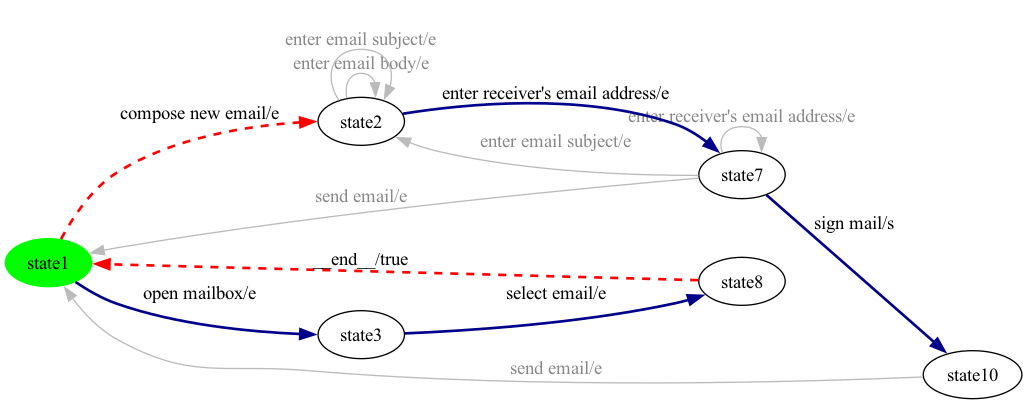
Earlier version of the Graphviz export milestone-reports/per-product-all-states/eMail/eMail-product1-walk.png (dilekozturk93/vibes). Its source is kept beside it as milestone-reports/per-product-all-states/eMail/eMail-product1-walk.dot.
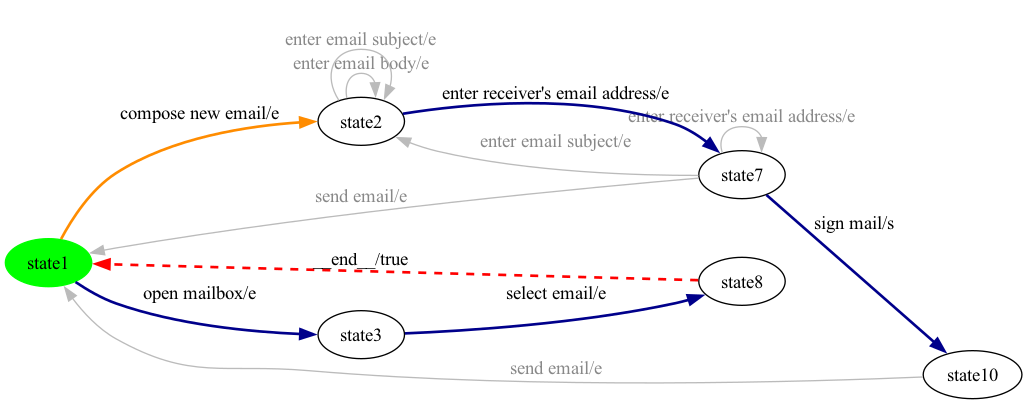
After the change.

What changed in the source:
```diff
@@ -10,7 +10,7 @@
 state1 -> state0 [ label=" __end__/true ", style=dashed, color=red, penwidth=2 ];
 state0 -> state5 [ label=" open mailbox/e ", style=bold, color=darkblue, penwidth=2 ];
 state5 -> state1 [ label=" select email/e ", style=bold, color=darkblue, penwidth=2 ];
-state0 -> state4 [ label=" compose new email/e ", style=dashed, color=red, penwidth=2 ];
+state0 -> state4 [ label=" compose new email/e ", style=bold, color=darkorange, penwidth=2 ];
 state4 -> state4 [ label=" enter email body/e ", color="#bbbbbb", fontcolor="#888888" ];
 state2 -> state3 [ label=" sign mail/s ", style=bold, color=darkblue, penwidth=2 ];
 state4 -> state4 [ label=" enter email subject/e ", color="#bbbbbb", fontcolor="#888888" ];
```
